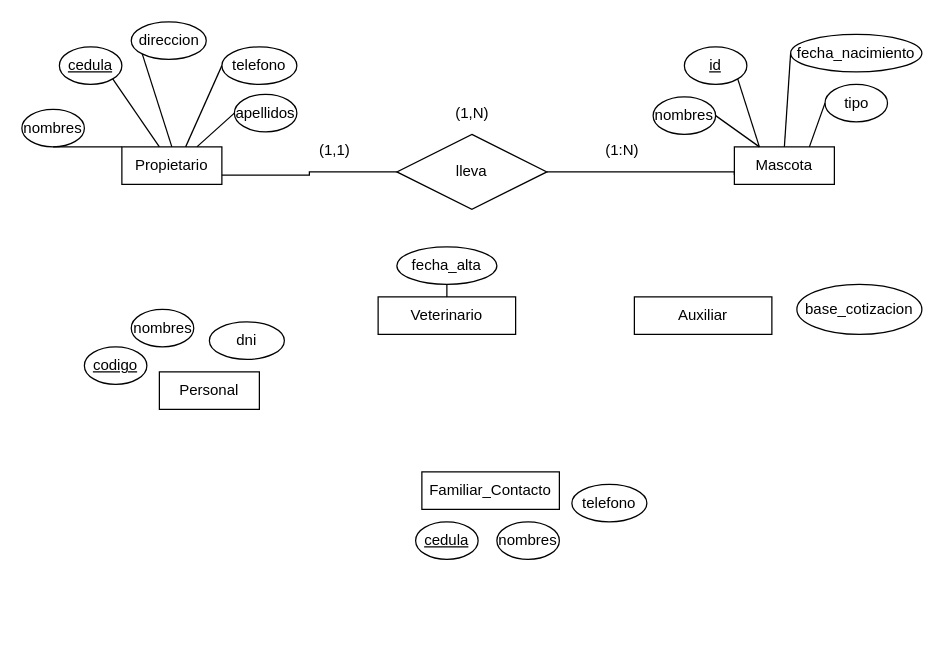
Above: Veterinaria.drawio in Aree17/Base_De_Datos (draw.io), before the change. Source tidied: cells renumbered, new cells numbered last; positions are measured from the earlier drawing's top-left corner, leaving out a move shared by most shapes. Both pictures are drawn from the tidied source at 125%, with x=0, y=0 at pixel (21, 21).
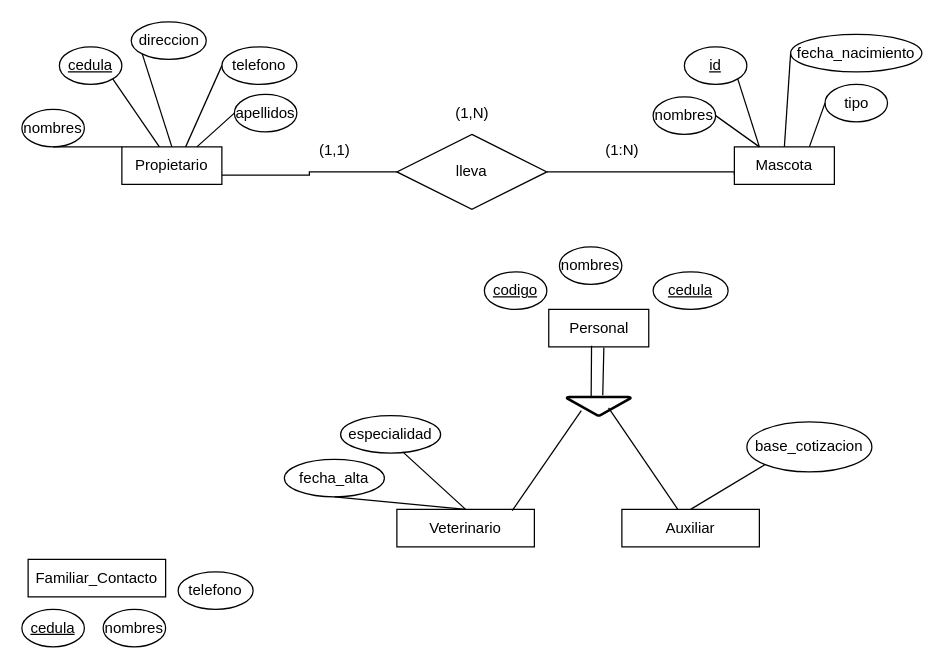
After the change.

Diff of the diagram source:
```diff
@@
     <mxCell id="13" value="Personal" style="rounded=0;whiteSpace=wrap;html=1;" parent="1" vertex="1">
-      <mxGeometry x="110" y="280" width="80" height="30" as="geometry" />
+      <mxGeometry x="421.5" y="230" width="80" height="30" as="geometry" />
     </mxCell>
     <mxCell id="14" value="nombres" style="ellipse;whiteSpace=wrap;html=1;" parent="1" vertex="1">
-      <mxGeometry x="87.5" y="230" width="50" height="30" as="geometry" />
+      <mxGeometry x="430" y="180" width="50" height="30" as="geometry" />
     </mxCell>
     <mxCell id="15" value="&lt;u&gt;codigo&lt;/u&gt;" style="ellipse;whiteSpace=wrap;html=1;" parent="1" vertex="1">
-      <mxGeometry x="50" y="260" width="50" height="30" as="geometry" />
+      <mxGeometry x="370" y="200" width="50" height="30" as="geometry" />
     </mxCell>
-    <mxCell id="16" value="dni" style="ellipse;whiteSpace=wrap;html=1;" parent="1" vertex="1">
-      <mxGeometry x="150" y="240" width="60" height="30" as="geometry" />
+    <mxCell id="16" value="&lt;u&gt;cedula&lt;/u&gt;" style="ellipse;whiteSpace=wrap;html=1;" parent="1" vertex="1">
+      <mxGeometry x="505" y="200" width="60" height="30" as="geometry" />
     </mxCell>
     <mxCell id="17" value="Familiar_Contacto" style="rounded=0;whiteSpace=wrap;html=1;" parent="1" vertex="1">
-      <mxGeometry x="320" y="360" width="110" height="30" as="geometry" />
+      <mxGeometry x="5" y="430" width="110" height="30" as="geometry" />
     </mxCell>
     <mxCell id="18" value="Veterinario" style="rounded=0;whiteSpace=wrap;html=1;" parent="1" vertex="1">
-      <mxGeometry x="285" y="220" width="110" height="30" as="geometry" />
+      <mxGeometry x="300" y="390" width="110" height="30" as="geometry" />
     </mxCell>
     <mxCell id="19" value="Auxiliar" style="rounded=0;whiteSpace=wrap;html=1;" parent="1" vertex="1">
-      <mxGeometry x="490" y="220" width="110" height="30" as="geometry" />
+      <mxGeometry x="480" y="390" width="110" height="30" as="geometry" />
     </mxCell>
     <mxCell id="20" value="fecha_alta" style="ellipse;whiteSpace=wrap;html=1;" parent="1" vertex="1">
-      <mxGeometry x="300" y="180" width="80" height="30" as="geometry" />
+      <mxGeometry x="210" y="350" width="80" height="30" as="geometry" />
     </mxCell>
     <mxCell id="21" value="base_cotizacion" style="ellipse;whiteSpace=wrap;html=1;" parent="1" vertex="1">
-      <mxGeometry x="620" y="210" width="100" height="40" as="geometry" />
+      <mxGeometry x="580" y="320" width="100" height="40" as="geometry" />
     </mxCell>
     <mxCell id="22" value="&lt;u&gt;cedula&lt;/u&gt;" style="ellipse;whiteSpace=wrap;html=1;" parent="1" vertex="1">
-      <mxGeometry x="315" y="400" width="50" height="30" as="geometry" />
+      <mxGeometry y="470" width="50" height="30" as="geometry" />
     </mxCell>
     <mxCell id="23" value="nombres" style="ellipse;whiteSpace=wrap;html=1;" parent="1" vertex="1">
-      <mxGeometry x="380" y="400" width="50" height="30" as="geometry" />
+      <mxGeometry x="65" y="470" width="50" height="30" as="geometry" />
     </mxCell>
     <mxCell id="24" value="telefono" style="ellipse;whiteSpace=wrap;html=1;" parent="1" vertex="1">
-      <mxGeometry x="440" y="370" width="60" height="30" as="geometry" />
+      <mxGeometry x="125" y="440" width="60" height="30" as="geometry" />
     </mxCell>
@@
+    <mxCell id="41" style="strokeWidth=2;html=1;shape=mxgraph.flowchart.merge_or_storage;whiteSpace=wrap;" parent="1" vertex="1">
+      <mxGeometry x="436" y="300" width="51" height="15" as="geometry" />
+    </mxCell>
+    <mxCell id="42" style="endArrow=none;html=1;rounded=0;entryX=0.428;entryY=0.973;entryDx=0;entryDy=0;entryPerimeter=0;exitX=0.381;exitY=-0.017;exitDx=0;exitDy=0;exitPerimeter=0;" parent="1" edge="1" source="41" target="13">
+      <mxGeometry relative="1" as="geometry" />
+    </mxCell>
+    <mxCell id="43" value="especialidad" style="ellipse;whiteSpace=wrap;html=1;" parent="1" vertex="1">
+      <mxGeometry x="255" y="315" width="80" height="30" as="geometry" />
+    </mxCell>
+    <mxCell id="44" style="endArrow=none;html=1;rounded=0;entryX=0.621;entryY=0.967;entryDx=0;entryDy=0;exitX=0.5;exitY=0;exitDx=0;exitDy=0;entryPerimeter=0;" parent="1" edge="1" source="18" target="43">
+      <mxGeometry relative="1" as="geometry" />
+    </mxCell>
+    <mxCell id="45" style="endArrow=none;html=1;rounded=0;entryX=0.551;entryY=1.015;entryDx=0;entryDy=0;entryPerimeter=0;exitX=0.563;exitY=-0.083;exitDx=0;exitDy=0;exitPerimeter=0;" parent="1" edge="1" source="41" target="13">
+      <mxGeometry relative="1" as="geometry" />
+    </mxCell>
+    <mxCell id="46" style="endArrow=none;html=1;rounded=0;entryX=0;entryY=1;entryDx=0;entryDy=0;exitX=0.5;exitY=0;exitDx=0;exitDy=0;" parent="1" edge="1" source="19" target="21">
+      <mxGeometry relative="1" as="geometry" />
+    </mxCell>
+    <mxCell id="47" style="endArrow=none;html=1;rounded=0;entryX=0.226;entryY=0.733;entryDx=0;entryDy=0;exitX=0.839;exitY=0.033;exitDx=0;exitDy=0;entryPerimeter=0;exitPerimeter=0;" parent="1" edge="1" source="18" target="41">
+      <mxGeometry relative="1" as="geometry" />
+    </mxCell>
+    <mxCell id="48" style="endArrow=none;html=1;rounded=0;entryX=0.654;entryY=0.588;entryDx=0;entryDy=0;entryPerimeter=0;" parent="1" edge="1" source="19" target="41">
+      <mxGeometry relative="1" as="geometry" />
+    </mxCell>
```
